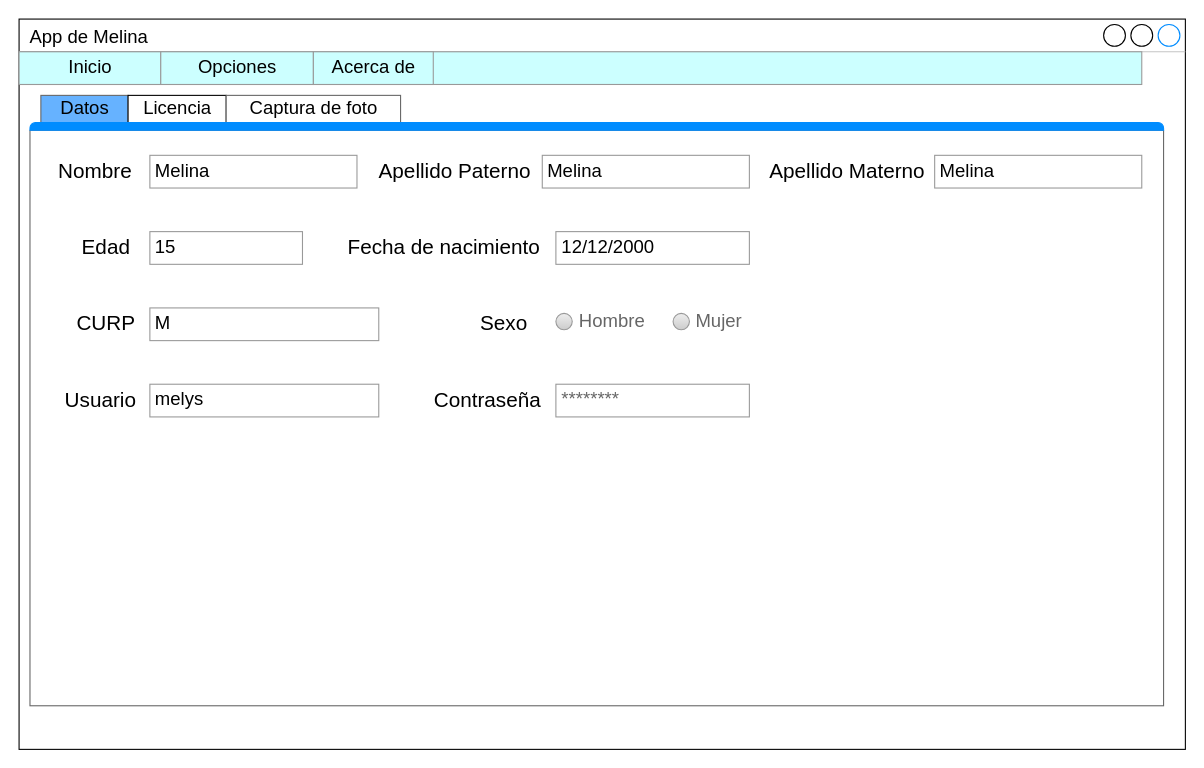
Before: src/img/Untitled Diagram.drawio in mateomtz199/Tarea1_f, a draw.io diagram. Source tidied: cells renumbered, new cells numbered last; positions are measured from the earlier drawing's top-left corner, leaving out a move shared by most shapes. Both pictures are drawn from the tidied source at 109%, with x=0, y=0 at pixel (19, 19).
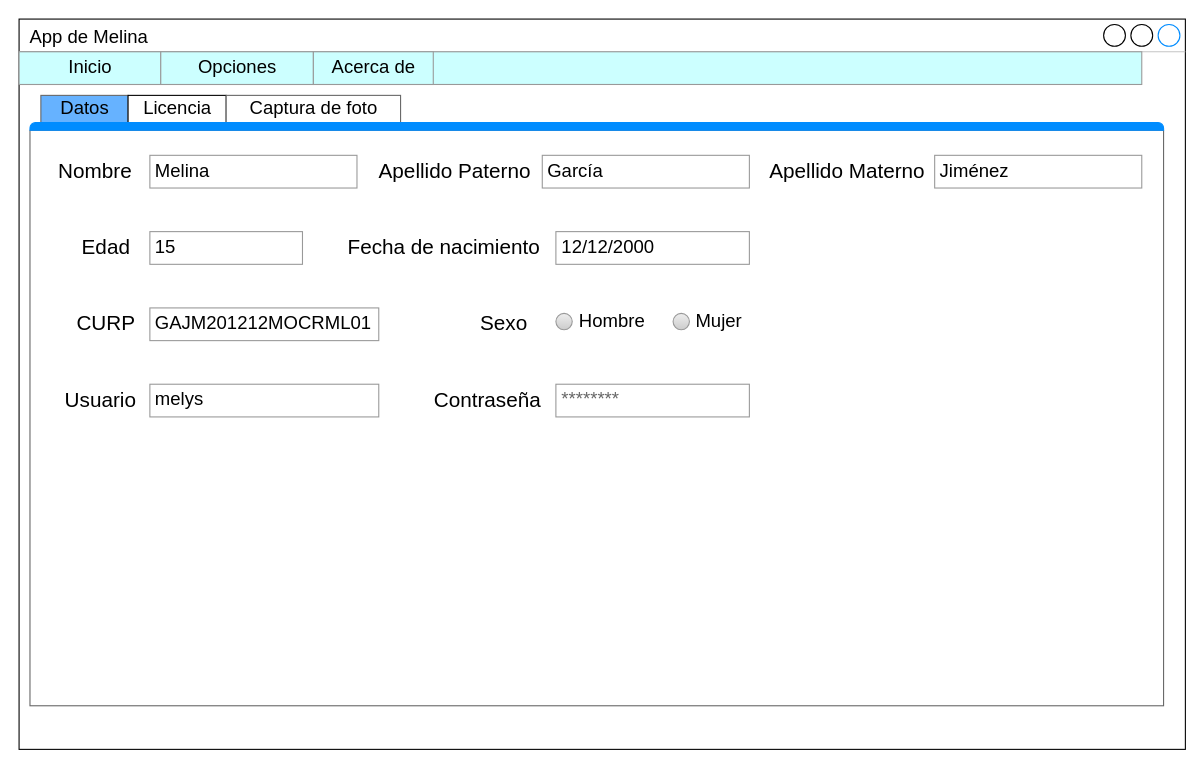
The same page after the edit.

Commit message:
Pestaña de datos final

Unchanged cells that the change refers to:
```xml
<mxCell id="3" style="strokeWidth=1;shadow=0;dashed=0;align=center;html=1;shape=mxgraph.mockup.containers.marginRect2;rectMarginTop=32;strokeColor=#666666;gradientColor=none;" parent="1" vertex="1">
  <mxGeometry x="10" y="70" width="1040" height="560" as="geometry" />
</mxCell>
```

Diff of the diagram source:
```diff
@@
-    <mxCell id="11" value="Melina" style="strokeWidth=1;shadow=0;dashed=0;align=center;html=1;shape=mxgraph.mockup.forms.pwField;strokeColor=#999999;mainText=;align=left;fontColor=#000000;fontSize=17;spacingLeft=3;" parent="3" vertex="1">
+    <mxCell id="11" value="García" style="strokeWidth=1;shadow=0;dashed=0;align=center;html=1;shape=mxgraph.mockup.forms.pwField;strokeColor=#999999;mainText=;align=left;fontColor=#000000;fontSize=17;spacingLeft=3;" parent="3" vertex="1">
       <mxGeometry x="470" y="55" width="190" height="30" as="geometry" />
     </mxCell>
@@
-    <mxCell id="13" value="Melina" style="strokeWidth=1;shadow=0;dashed=0;align=center;html=1;shape=mxgraph.mockup.forms.pwField;strokeColor=#999999;mainText=;align=left;fontColor=#000000;fontSize=17;spacingLeft=3;" parent="3" vertex="1">
+    <mxCell id="13" value="Jiménez" style="strokeWidth=1;shadow=0;dashed=0;align=center;html=1;shape=mxgraph.mockup.forms.pwField;strokeColor=#999999;mainText=;align=left;fontColor=#000000;fontSize=17;spacingLeft=3;" parent="3" vertex="1">
       <mxGeometry x="830" y="55" width="190" height="30" as="geometry" />
     </mxCell>
@@
-    <mxCell id="19" value="M" style="strokeWidth=1;shadow=0;dashed=0;align=center;html=1;shape=mxgraph.mockup.forms.pwField;strokeColor=#999999;mainText=;align=left;fontColor=#000000;fontSize=17;spacingLeft=3;" parent="3" vertex="1">
+    <mxCell id="19" value="GAJM201212MOCRML01" style="strokeWidth=1;shadow=0;dashed=0;align=center;html=1;shape=mxgraph.mockup.forms.pwField;strokeColor=#999999;mainText=;align=left;fontColor=#000000;fontSize=17;spacingLeft=3;" parent="3" vertex="1">
       <mxGeometry x="110" y="195" width="210" height="30" as="geometry" />
     </mxCell>
@@
-    <mxCell id="21" value="Hombre" style="shape=ellipse;fillColor=#eeeeee;strokeColor=#999999;gradientColor=#cccccc;html=1;align=left;spacingLeft=4;fontSize=17;fontColor=#666666;labelPosition=right;shadow=0;" parent="3" vertex="1">
+    <mxCell id="21" value="Hombre" style="shape=ellipse;fillColor=#eeeeee;strokeColor=#999999;gradientColor=#cccccc;html=1;align=left;spacingLeft=4;fontSize=17;fontColor=#000000;labelPosition=right;shadow=0;" parent="3" vertex="1">
       <mxGeometry x="482.5" y="200" width="15" height="15" as="geometry" />
     </mxCell>
-    <mxCell id="22" value="Mujer" style="shape=ellipse;fillColor=#eeeeee;strokeColor=#999999;gradientColor=#cccccc;html=1;align=left;spacingLeft=4;fontSize=17;fontColor=#666666;labelPosition=right;shadow=0;" parent="3" vertex="1">
+    <mxCell id="22" value="Mujer" style="shape=ellipse;fillColor=#eeeeee;strokeColor=#999999;gradientColor=#cccccc;html=1;align=left;spacingLeft=4;fontSize=17;fontColor=#000000;labelPosition=right;shadow=0;" parent="3" vertex="1">
       <mxGeometry x="590" y="200" width="15" height="15" as="geometry" />
     </mxCell>
```
